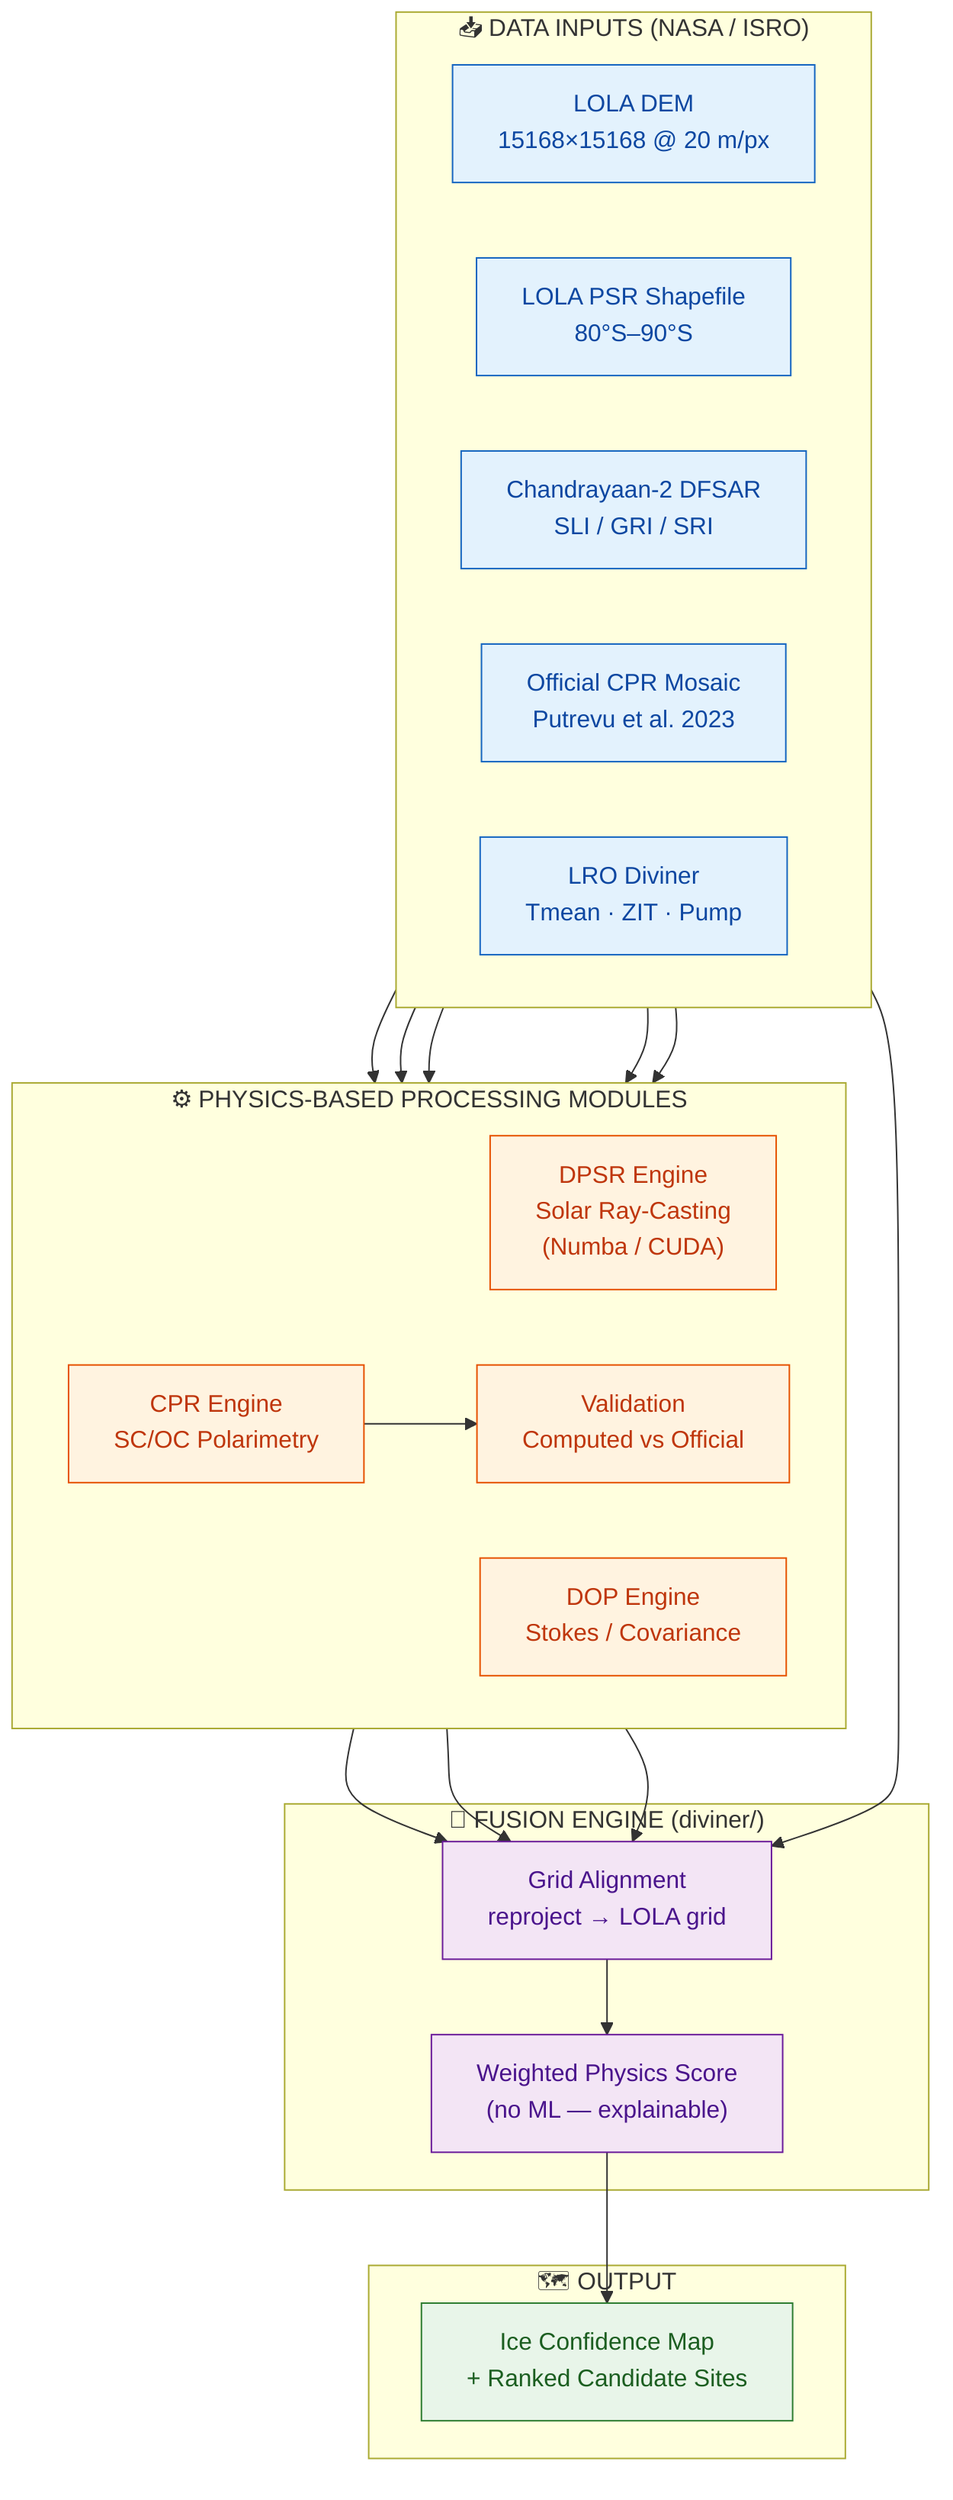
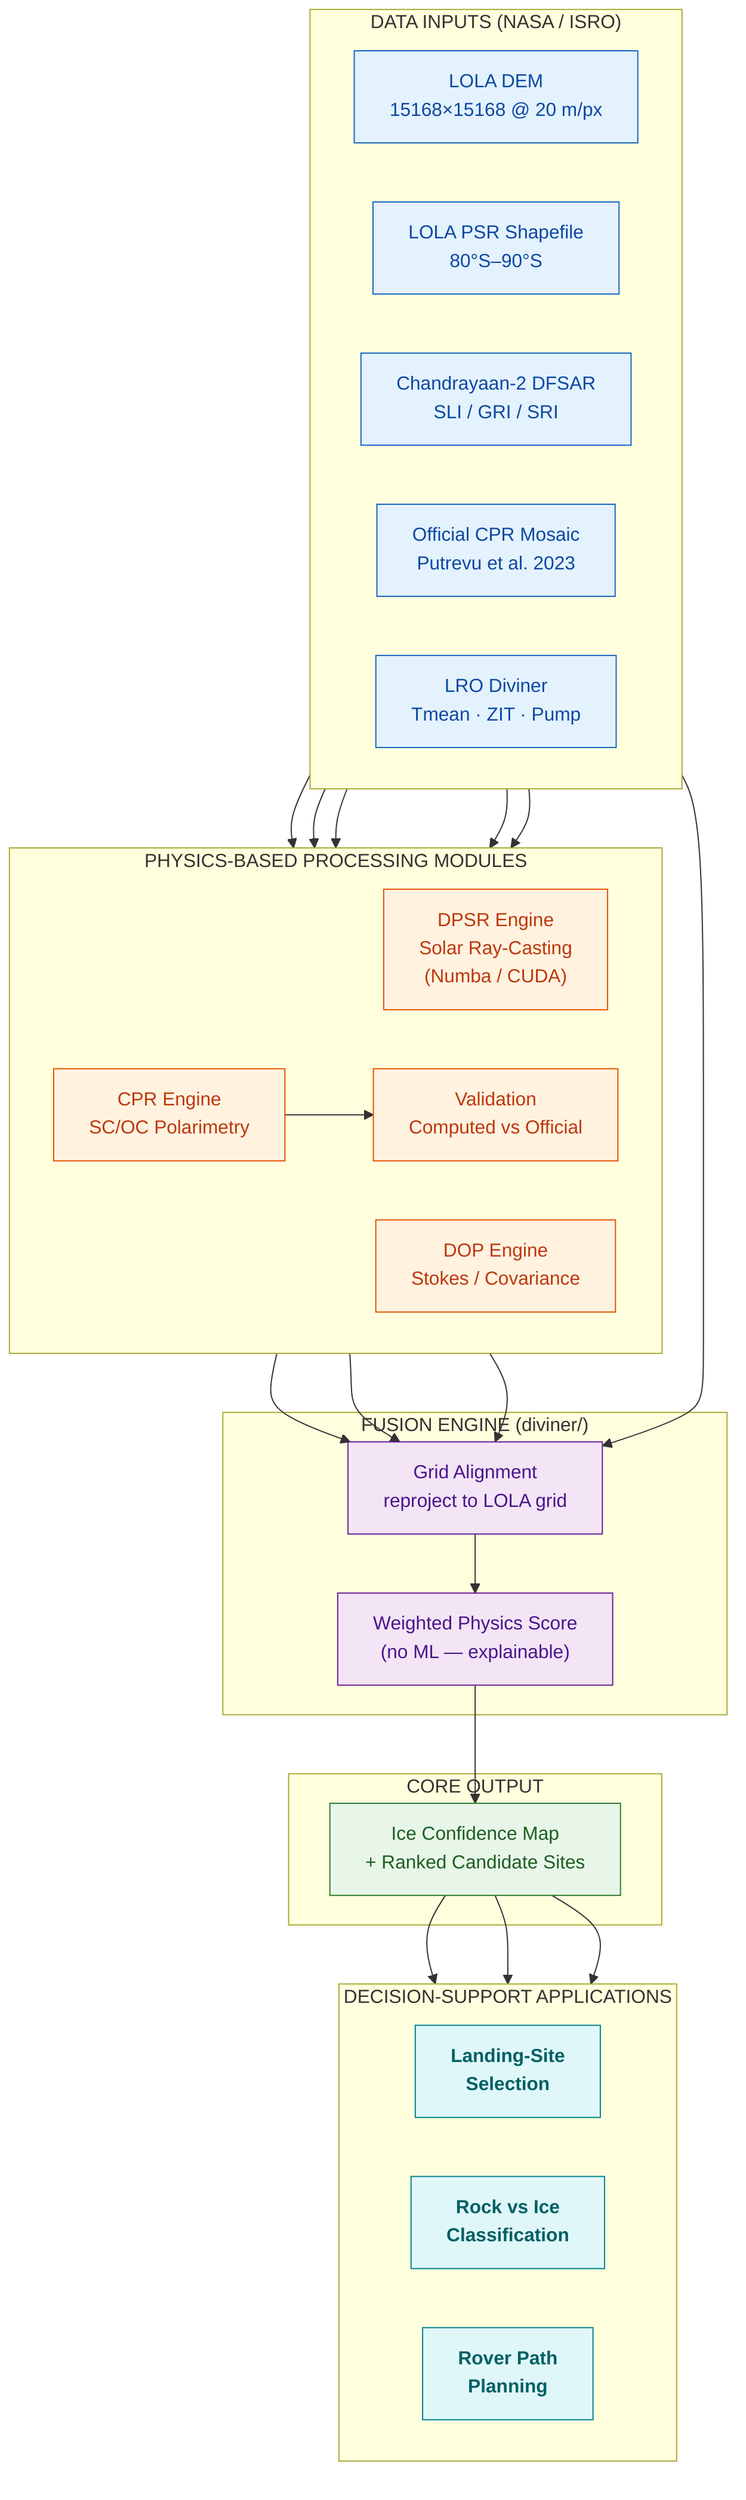
flowchart TB
-     subgraph INPUTS["📥 DATA INPUTS (NASA / ISRO)"]
+     subgraph INPUTS["DATA INPUTS (NASA / ISRO)"]
        direction LR
        A1["LOLA DEM<br/>15168×15168 @ 20 m/px"]
        A2["LOLA PSR Shapefile<br/>80°S–90°S"]
        A3["Chandrayaan-2 DFSAR<br/>SLI / GRI / SRI"]
        A4["Official CPR Mosaic<br/>Putrevu et al. 2023"]
        A5["LRO Diviner<br/>Tmean · ZIT · Pump"]
    end

-     subgraph PROC["⚙️ PHYSICS-BASED PROCESSING MODULES"]
+     subgraph PROC["PHYSICS-BASED PROCESSING MODULES"]
        direction LR
        B1["DPSR Engine<br/>Solar Ray-Casting<br/>(Numba / CUDA)"]
        B2["CPR Engine<br/>SC/OC Polarimetry"]
        B3["DOP Engine<br/>Stokes / Covariance"]
        B4["Validation<br/>Computed vs Official"]
    end

-     subgraph FUSION["🧮 FUSION ENGINE (diviner/)"]
-         C1["Grid Alignment<br/>reproject → LOLA grid"]
+     subgraph FUSION["FUSION ENGINE (diviner/)"]
+         C1["Grid Alignment<br/>reproject to LOLA grid"]
        C2["Weighted Physics Score<br/>(no ML — explainable)"]
    end

-     subgraph OUT["🗺️ OUTPUT"]
+     subgraph OUT["CORE OUTPUT"]
        D1["Ice Confidence Map<br/>+ Ranked Candidate Sites"]
+     end
+ 
+     subgraph APP["DECISION-SUPPORT APPLICATIONS"]
+         direction LR
+         E1["Landing-Site<br/>Selection"]
+         E2["Rock vs Ice<br/>Classification"]
+         E3["Rover Path<br/>Planning"]
    end

    A1 --> B1
    A2 --> B1
    A3 --> B2
    A3 --> B3
    A4 --> B4
    B2 --> B4

    B1 --> C1
    B2 --> C1
    B3 --> C1
    A5 --> C1
    C1 --> C2 --> D1

+     D1 --> E1
+     D1 --> E2
+     D1 --> E3
+ 
    classDef inp fill:#e3f2fd,stroke:#1565c0,color:#0d47a1;
    classDef proc fill:#fff3e0,stroke:#e65100,color:#bf360c;
    classDef fus fill:#f3e5f5,stroke:#6a1b9a,color:#4a148c;
    classDef out fill:#e8f5e9,stroke:#2e7d32,color:#1b5e20;
+     classDef app fill:#e0f7fa,stroke:#00838f,color:#006064,font-weight:bold;
    class A1,A2,A3,A4,A5 inp;
    class B1,B2,B3,B4 proc;
    class C1,C2 fus;
    class D1 out;
+     class E1,E2,E3 app;
